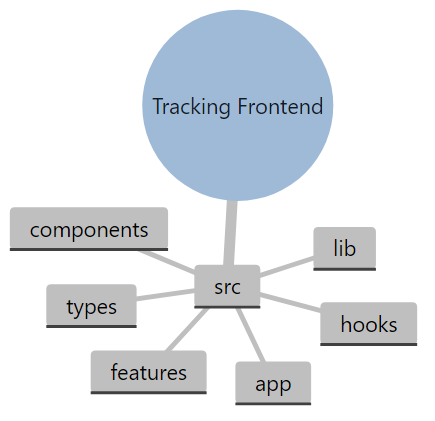
This is resources/reports/thesis/final/assets/figures/09-chuong-4-trien-khai-cloud-hinh-4-19.png from anmh1205/IoT_Vehicle_Tracking_System, a Mermaid export, as it was before one commit. Its source is kept beside it as resources/reports/thesis/final/assets/uml/09-chuong-4-trien-khai-cloud-hinh-4-19.mmd.
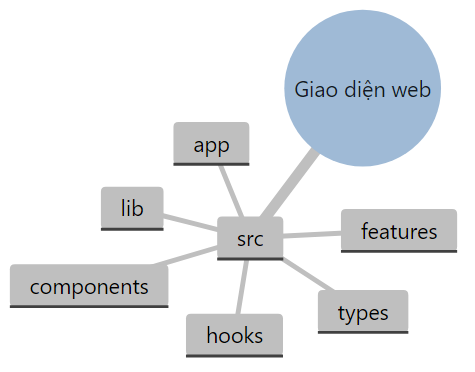
Later version of the same file.

Diff of the diagram source:
```diff
@@ -1,5 +1,5 @@
 mindmap
-  root((Tracking Frontend))
+  root((Giao diện web))
     src
       app
       features
```
